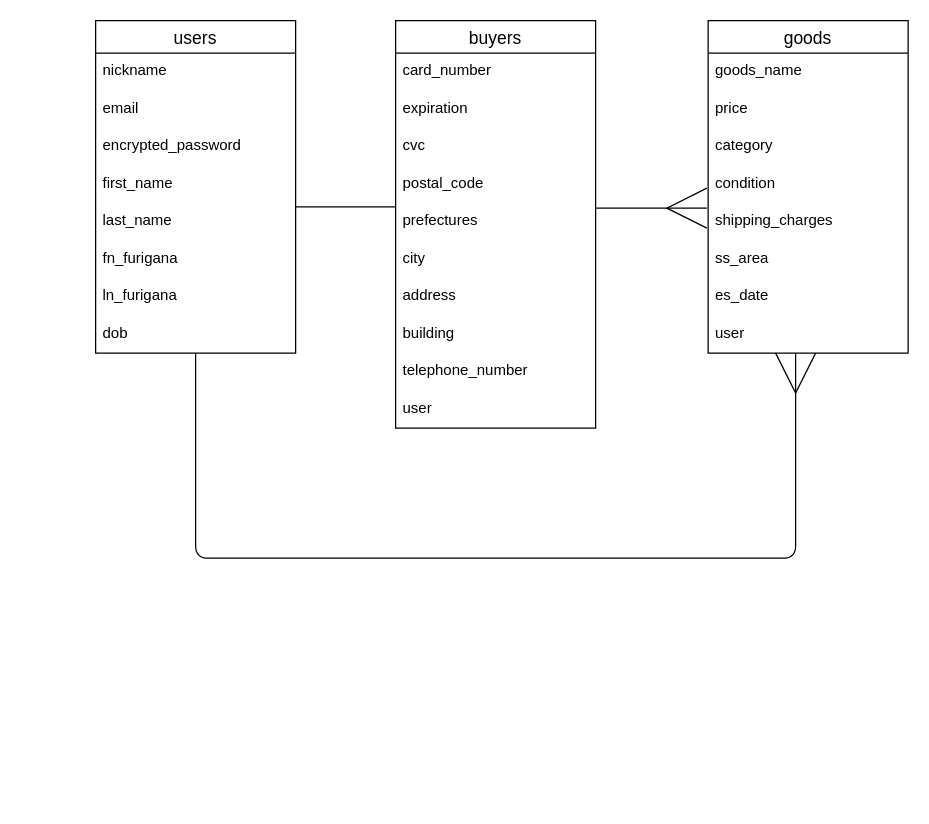
taiyakio/furima-36787 keeps this draw.io diagram as database.dio. Above is the earlier version. Source tidied: cells renumbered, new cells numbered last; positions are measured from the earlier drawing's top-left corner, leaving out a move shared by most shapes. Both pictures are drawn from the tidied source at 125%, with x=0, y=0 at pixel (95, 20).
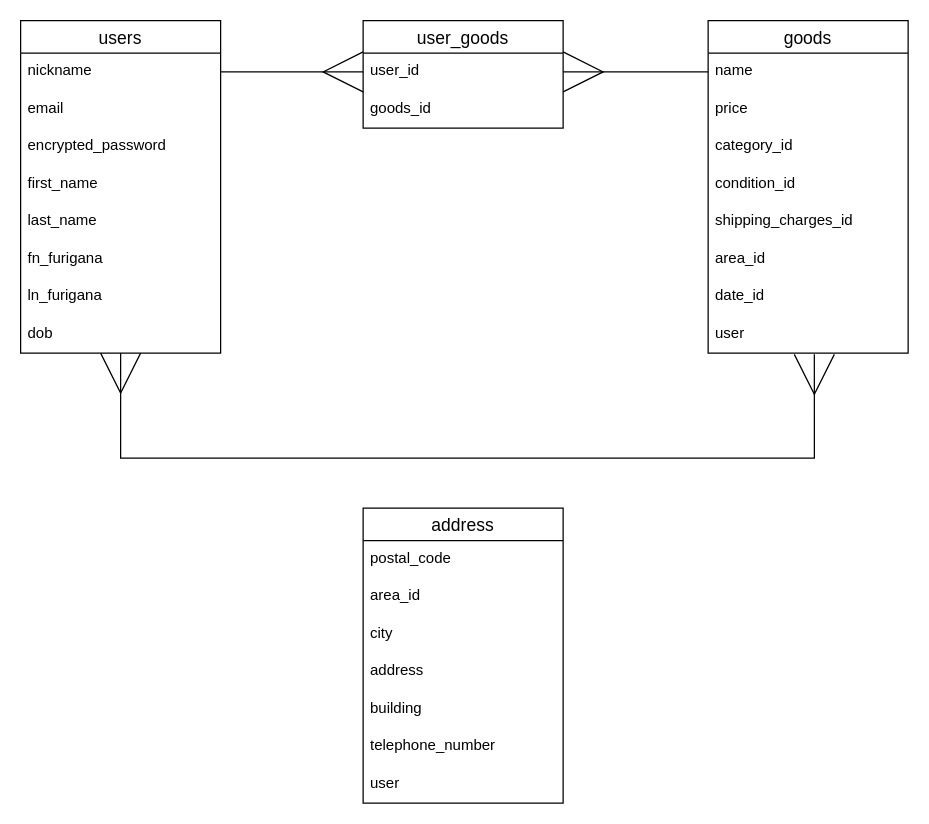
The same diagram, later.

Commit message (it also covers changes not shown here):
RE図とREADMEの修正

Unchanged cells that the change refers to:
```xml
<mxCell id="25" value="goods" style="swimlane;fontStyle=0;horizontal=1;startSize=26;align=center;fontSize=14;" parent="1" vertex="1">
  <mxGeometry x="490" width="160" height="266" as="geometry" />
</mxCell>
<mxCell id="33" value="user" style="text;strokeColor=none;fillColor=none;spacingLeft=4;spacingRight=4;overflow=hidden;points=[[0,0.5],[1,0.5]];portConstraint=eastwest;fontSize=12;" parent="25" vertex="1">
  <mxGeometry y="236" width="160" height="30" as="geometry" />
</mxCell>
```

What changed in the source:
```diff
@@
-    <mxCell id="2" style="edgeStyle=orthogonalEdgeStyle;rounded=0;jettySize=auto;html=1;endArrow=none;endFill=0;" parent="1" edge="1" source="4">
-      <mxGeometry relative="1" as="geometry">
-        <mxPoint x="240" y="149" as="targetPoint" />
-        <Array as="points">
-          <mxPoint x="200" y="149" />
-          <mxPoint x="200" y="149" />
-        </Array>
-      </mxGeometry>
-    </mxCell>
+    <mxCell id="34" style="edgeStyle=orthogonalEdgeStyle;rounded=0;jettySize=auto;html=1;entryX=0;entryY=0.5;entryDx=0;entryDy=0;startArrow=none;startFill=0;endArrow=ERmany;endFill=0;startSize=30;endSize=30;sourcePerimeterSpacing=0;strokeWidth=1;" parent="1" edge="1" source="4" target="37">
+      <mxGeometry relative="1" as="geometry">
+        <Array as="points">
+          <mxPoint x="180" y="41" />
+          <mxPoint x="180" y="41" />
+        </Array>
+      </mxGeometry>
+    </mxCell>
-    <mxCell id="3" style="edgeStyle=orthogonalEdgeStyle;rounded=1;jettySize=auto;html=1;endArrow=ERmany;endFill=0;endSize=30;" parent="1" edge="1" source="4" target="33">
+    <mxCell id="3" style="edgeStyle=orthogonalEdgeStyle;rounded=0;jettySize=auto;html=1;entryX=0.531;entryY=1.033;entryDx=0;entryDy=0;entryPerimeter=0;startArrow=ERmany;startFill=0;endArrow=ERmany;endFill=0;startSize=30;endSize=30;sourcePerimeterSpacing=0;strokeWidth=1;" parent="1" edge="1" source="4" target="33">
       <mxGeometry relative="1" as="geometry">
         <Array as="points">
-          <mxPoint x="80" y="430" />
-          <mxPoint x="560" y="430" />
+          <mxPoint x="20" y="350" />
+          <mxPoint x="575" y="350" />
         </Array>
       </mxGeometry>
     </mxCell>
     <mxCell id="4" value="users" style="swimlane;fontStyle=0;horizontal=1;startSize=26;align=center;fontSize=14;" parent="1" vertex="1">
-      <mxGeometry width="160" height="266" as="geometry" />
+      <mxGeometry x="-60" width="160" height="266" as="geometry" />
     </mxCell>
@@
-    <mxCell id="13" style="edgeStyle=orthogonalEdgeStyle;rounded=0;jettySize=auto;html=1;endArrow=ERmany;endFill=0;endSize=30;" parent="1" edge="1" source="14">
-      <mxGeometry relative="1" as="geometry">
-        <mxPoint x="489" y="150" as="targetPoint" />
-        <Array as="points">
-          <mxPoint x="420" y="150" />
-          <mxPoint x="420" y="150" />
-        </Array>
-      </mxGeometry>
-    </mxCell>
-    <mxCell id="14" value="buyers" style="swimlane;fontStyle=0;horizontal=1;startSize=26;align=center;fontSize=14;" parent="1" vertex="1">
-      <mxGeometry x="240" width="160" height="326" as="geometry" />
+    <mxCell id="14" value="address" style="swimlane;fontStyle=0;horizontal=1;startSize=26;align=center;fontSize=14;" parent="1" vertex="1">
+      <mxGeometry x="214" y="390" width="160" height="236" as="geometry" />
     </mxCell>
-    <mxCell id="15" value="card_number" style="text;strokeColor=none;fillColor=none;spacingLeft=4;spacingRight=4;overflow=hidden;fontSize=12;" parent="14" vertex="1">
-      <mxGeometry y="26" width="160" height="30" as="geometry" />
-    </mxCell>
-    <mxCell id="16" value="expiration" style="text;strokeColor=none;fillColor=none;spacingLeft=4;spacingRight=4;overflow=hidden;fontSize=12;" parent="14" vertex="1">
-      <mxGeometry y="56" width="160" height="30" as="geometry" />
-    </mxCell>
-    <mxCell id="17" value="cvc" style="text;strokeColor=none;fillColor=none;spacingLeft=4;spacingRight=4;overflow=hidden;fontSize=12;" parent="14" vertex="1">
-      <mxGeometry y="86" width="160" height="30" as="geometry" />
-    </mxCell>
     <mxCell id="18" value="postal_code" style="text;strokeColor=none;fillColor=none;spacingLeft=4;spacingRight=4;overflow=hidden;fontSize=12;" parent="14" vertex="1">
-      <mxGeometry y="116" width="160" height="30" as="geometry" />
+      <mxGeometry y="26" width="160" height="30" as="geometry" />
     </mxCell>
-    <mxCell id="19" value="prefectures" style="text;strokeColor=none;fillColor=none;spacingLeft=4;spacingRight=4;overflow=hidden;fontSize=12;" parent="14" vertex="1">
-      <mxGeometry y="146" width="160" height="30" as="geometry" />
+    <mxCell id="19" value="area_id" style="text;strokeColor=none;fillColor=none;spacingLeft=4;spacingRight=4;overflow=hidden;fontSize=12;" parent="14" vertex="1">
+      <mxGeometry y="56" width="160" height="30" as="geometry" />
     </mxCell>
     <mxCell id="20" value="city" style="text;strokeColor=none;fillColor=none;spacingLeft=4;spacingRight=4;overflow=hidden;fontSize=12;" parent="14" vertex="1">
-      <mxGeometry y="176" width="160" height="30" as="geometry" />
+      <mxGeometry y="86" width="160" height="30" as="geometry" />
     </mxCell>
     <mxCell id="21" value="address" style="text;strokeColor=none;fillColor=none;spacingLeft=4;spacingRight=4;overflow=hidden;fontSize=12;" parent="14" vertex="1">
-      <mxGeometry y="206" width="160" height="30" as="geometry" />
+      <mxGeometry y="116" width="160" height="30" as="geometry" />
     </mxCell>
     <mxCell id="22" value="building" style="text;strokeColor=none;fillColor=none;spacingLeft=4;spacingRight=4;overflow=hidden;fontSize=12;" parent="14" vertex="1">
-      <mxGeometry y="236" width="160" height="30" as="geometry" />
+      <mxGeometry y="146" width="160" height="30" as="geometry" />
     </mxCell>
     <mxCell id="23" value="telephone_number" style="text;strokeColor=none;fillColor=none;spacingLeft=4;spacingRight=4;overflow=hidden;fontSize=12;" parent="14" vertex="1">
-      <mxGeometry y="266" width="160" height="30" as="geometry" />
+      <mxGeometry y="176" width="160" height="30" as="geometry" />
     </mxCell>
     <mxCell id="24" value="user" style="text;strokeColor=none;fillColor=none;spacingLeft=4;spacingRight=4;overflow=hidden;fontSize=12;" parent="14" vertex="1">
-      <mxGeometry y="296" width="160" height="30" as="geometry" />
+      <mxGeometry y="206" width="160" height="30" as="geometry" />
     </mxCell>
@@
-    <mxCell id="26" value="goods_name" style="text;strokeColor=none;fillColor=none;spacingLeft=4;spacingRight=4;overflow=hidden;points=[[0,0.5],[1,0.5]];portConstraint=eastwest;fontSize=12;" parent="25" vertex="1">
+    <mxCell id="26" value="name" style="text;strokeColor=none;fillColor=none;spacingLeft=4;spacingRight=4;overflow=hidden;points=[[0,0.5],[1,0.5]];portConstraint=eastwest;fontSize=12;" parent="25" vertex="1">
       <mxGeometry y="26" width="160" height="30" as="geometry" />
     </mxCell>
@@
-    <mxCell id="28" value="category" style="text;strokeColor=none;fillColor=none;spacingLeft=4;spacingRight=4;overflow=hidden;fontSize=12;" parent="25" vertex="1">
+    <mxCell id="28" value="category_id" style="text;strokeColor=none;fillColor=none;spacingLeft=4;spacingRight=4;overflow=hidden;fontSize=12;" parent="25" vertex="1">
       <mxGeometry y="86" width="160" height="30" as="geometry" />
     </mxCell>
-    <mxCell id="29" value="condition" style="text;strokeColor=none;fillColor=none;spacingLeft=4;spacingRight=4;overflow=hidden;fontSize=12;" parent="25" vertex="1">
+    <mxCell id="29" value="condition_id" style="text;strokeColor=none;fillColor=none;spacingLeft=4;spacingRight=4;overflow=hidden;fontSize=12;" parent="25" vertex="1">
       <mxGeometry y="116" width="160" height="30" as="geometry" />
     </mxCell>
-    <mxCell id="30" value="shipping_charges" style="text;strokeColor=none;fillColor=none;spacingLeft=4;spacingRight=4;overflow=hidden;fontSize=12;" parent="25" vertex="1">
+    <mxCell id="30" value="shipping_charges_id" style="text;strokeColor=none;fillColor=none;spacingLeft=4;spacingRight=4;overflow=hidden;fontSize=12;" parent="25" vertex="1">
       <mxGeometry y="146" width="160" height="30" as="geometry" />
     </mxCell>
-    <mxCell id="31" value="ss_area" style="text;strokeColor=none;fillColor=none;spacingLeft=4;spacingRight=4;overflow=hidden;fontSize=12;" parent="25" vertex="1">
+    <mxCell id="31" value="area_id" style="text;strokeColor=none;fillColor=none;spacingLeft=4;spacingRight=4;overflow=hidden;fontSize=12;" parent="25" vertex="1">
       <mxGeometry y="176" width="160" height="30" as="geometry" />
     </mxCell>
-    <mxCell id="32" value="es_date" style="text;strokeColor=none;fillColor=none;spacingLeft=4;spacingRight=4;overflow=hidden;fontSize=12;" parent="25" vertex="1">
+    <mxCell id="32" value="date_id" style="text;strokeColor=none;fillColor=none;spacingLeft=4;spacingRight=4;overflow=hidden;fontSize=12;" parent="25" vertex="1">
       <mxGeometry y="206" width="160" height="30" as="geometry" />
     </mxCell>
@@
+    <mxCell id="35" style="edgeStyle=orthogonalEdgeStyle;rounded=0;jettySize=auto;html=1;startArrow=ERmany;startFill=0;endArrow=none;endFill=0;startSize=30;endSize=30;sourcePerimeterSpacing=0;strokeWidth=1;entryX=0;entryY=0.5;entryDx=0;entryDy=0;" parent="1" edge="1" source="36" target="26">
+      <mxGeometry relative="1" as="geometry">
+        <Array as="points">
+          <mxPoint x="480" y="41" />
+          <mxPoint x="480" y="41" />
+        </Array>
+      </mxGeometry>
+    </mxCell>
+    <mxCell id="36" value="user_goods" style="swimlane;fontStyle=0;horizontal=1;startSize=26;align=center;fontSize=14;" parent="1" vertex="1">
+      <mxGeometry x="214" width="160" height="86" as="geometry" />
+    </mxCell>
+    <mxCell id="37" value="user_id" style="text;strokeColor=none;fillColor=none;spacingLeft=4;spacingRight=4;overflow=hidden;points=[[0,0.5],[1,0.5]];portConstraint=eastwest;fontSize=12;" parent="36" vertex="1">
+      <mxGeometry y="26" width="160" height="30" as="geometry" />
+    </mxCell>
+    <mxCell id="38" value="goods_id" style="text;strokeColor=none;fillColor=none;spacingLeft=4;spacingRight=4;overflow=hidden;fontSize=12;" parent="36" vertex="1">
+      <mxGeometry y="56" width="160" height="30" as="geometry" />
+    </mxCell>
```
